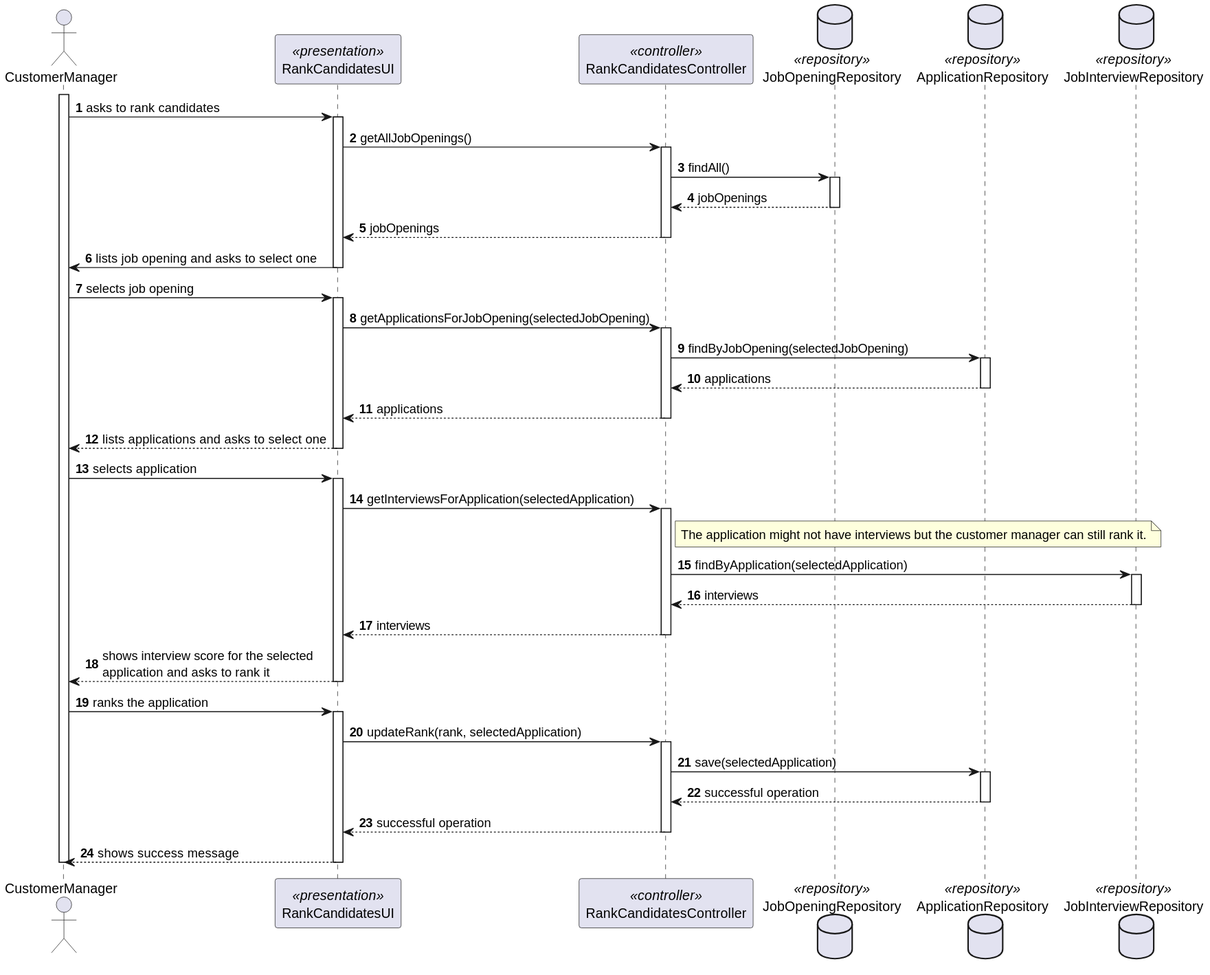
MiguelCardoso77/LAPR4 keeps this PlantUML diagram as docs/SprintC/rank-candidates-for-job-opening/sequence-diagram.svg. Above is the earlier version.
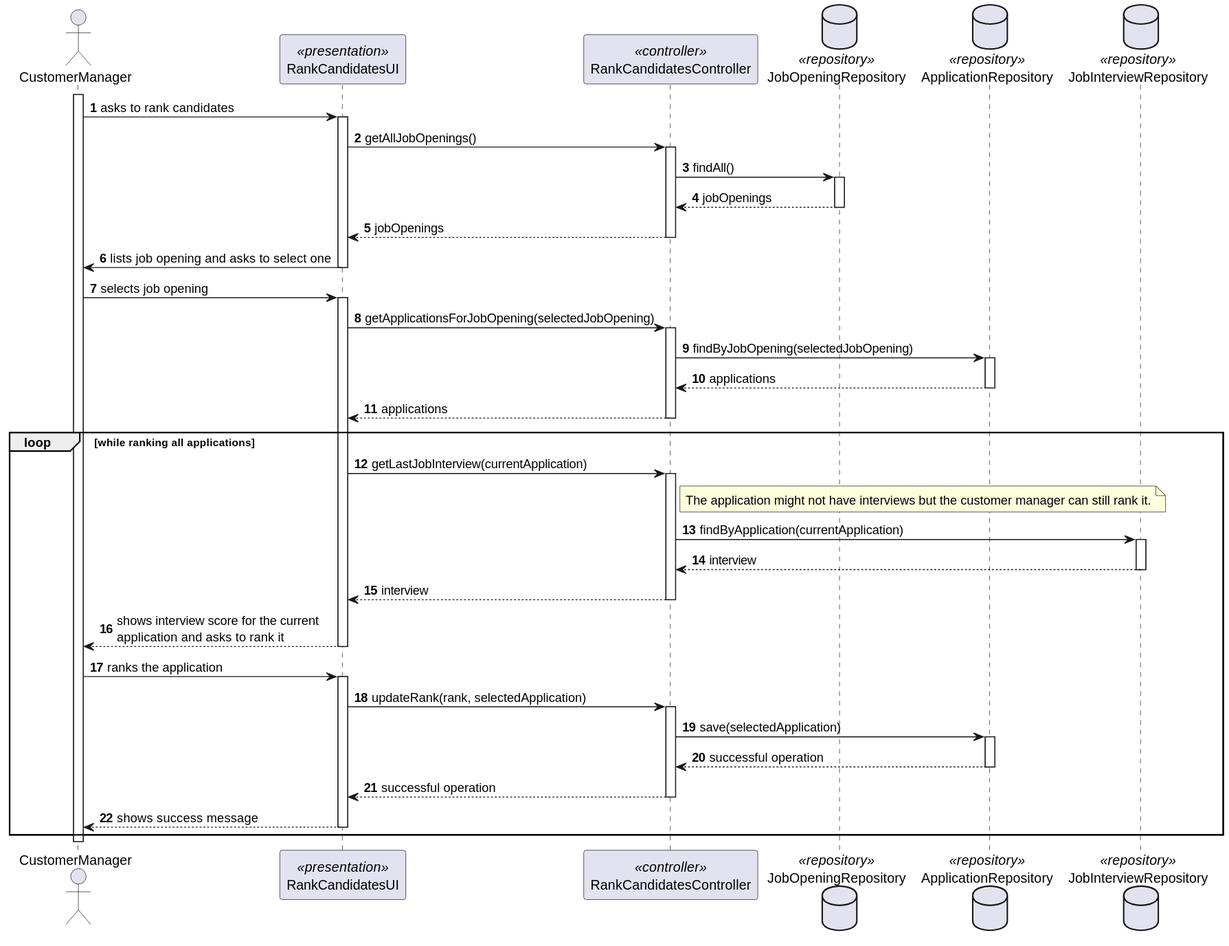
Later version of the same file.

Change to the diagram source:
```diff
@@ -45,27 +45,23 @@
             RankCandidatesController --> RankCandidatesUI : applications
         deactivate RankCandidatesController
 
-        RankCandidatesUI --> CustomerManager : lists applications and asks to select one
-    deactivate RankCandidatesUI
+loop while ranking all applications
 
-    CustomerManager -> RankCandidatesUI : selects application
-    activate RankCandidatesUI
-
-        RankCandidatesUI -> RankCandidatesController : getInterviewsForApplication(selectedApplication)
+        RankCandidatesUI -> RankCandidatesController : getLastJobInterview(currentApplication)
         activate RankCandidatesController
             note right of RankCandidatesController
             The application might not have interviews but the customer manager can still rank it.
             end note
-            RankCandidatesController -> JobInterviewRepository : findByApplication(selectedApplication)
+            RankCandidatesController -> JobInterviewRepository : findByApplication(currentApplication)
             activate JobInterviewRepository
 
-                JobInterviewRepository --> RankCandidatesController : interviews
+                JobInterviewRepository --> RankCandidatesController : interview
             deactivate JobInterviewRepository
 
-            RankCandidatesController --> RankCandidatesUI : interviews
+            RankCandidatesController --> RankCandidatesUI : interview
         deactivate RankCandidatesController
 
-        RankCandidatesUI --> CustomerManager : shows interview score for the selected \napplication and asks to rank it
+        RankCandidatesUI --> CustomerManager : shows interview score for the current \napplication and asks to rank it
     deactivate RankCandidatesUI
 
     CustomerManager -> RankCandidatesUI : ranks the application
@@ -86,5 +82,7 @@
         RankCandidatesUI --> CustomerManager : shows success message
     deactivate RankCandidatesUI
 
+end loop
+
 deactivate CustomerManager
 @enduml
```
